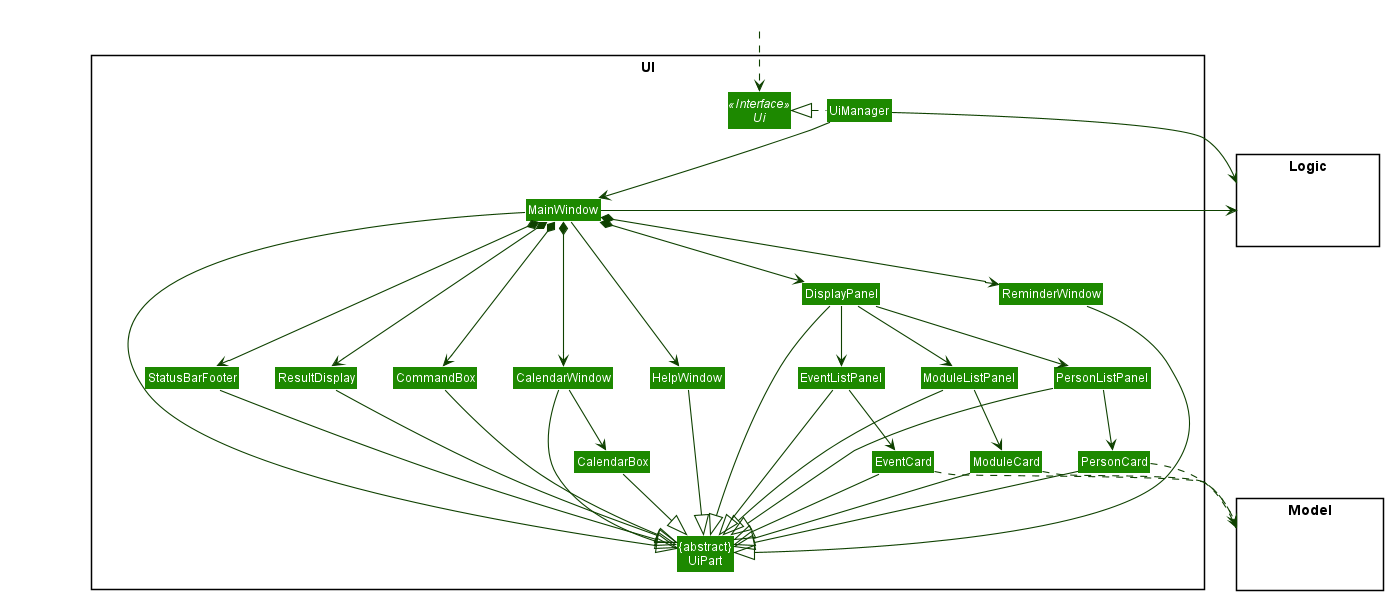
Before: docs/images/UiClassDiagram.png, a diagram exported from PlantUML (nus-cs2103-AY2021S2/tp).
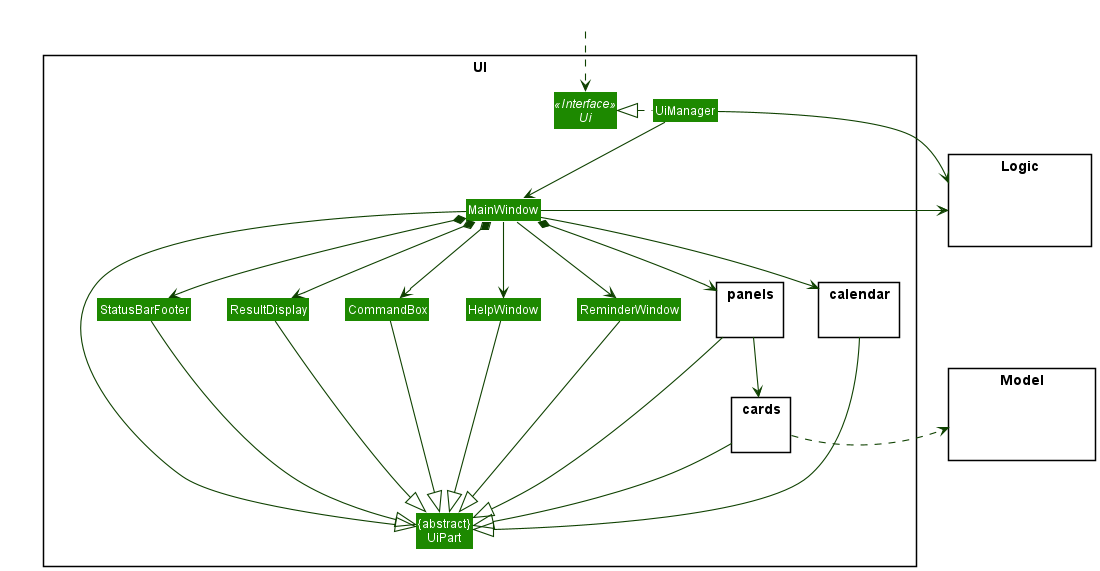
After the commit.

Commit message:
Update UI component class diagrams

What changed in the source:
```diff
@@ -11,19 +11,19 @@
 Class MainWindow
 Class HelpWindow
 Class ResultDisplay
-Class PersonListPanel
-Class PersonCard
 Class StatusBarFooter
 Class CommandBox
-Class CalendarWindow
-Class CalendarBox
-Class DisplayPanel
-Class EventListPanel
-Class EventCard
 Class ReminderWindow
-Class ModuleListPanel
-Class ModuleCard
+package panels {
 }
+package calendar{
+
+}
+
+package cards {
+}
+}
+
 
 package Model <<Rectangle>> {
 Class HiddenModel #FFFFFF
@@ -42,47 +42,40 @@
 MainWindow *-down-> CommandBox
 MainWindow *-down-> ResultDisplay
 MainWindow *-down-> StatusBarFooter
-MainWindow *-down-> DisplayPanel
-MainWindow *-down-> CalendarWindow
-MainWindow *-down-> ReminderWindow
+MainWindow *-down-> panels
+MainWindow -down-> calendar
+MainWindow --> ReminderWindow
 
 
-DisplayPanel -down-> ModuleListPanel
-DisplayPanel -down-> EventListPanel
-DisplayPanel -down-> PersonListPanel
-ModuleListPanel -down-> ModuleCard
-EventListPanel -down-> EventCard
-PersonListPanel -down-> PersonCard
-CalendarWindow -down-> CalendarBox
+panels --|> UiPart
+
+
 
 MainWindow -left-|> UiPart
 
 ResultDisplay --|> UiPart
 CommandBox --|> UiPart
-PersonListPanel --|> UiPart
-PersonCard --|> UiPart
+
 StatusBarFooter --|> UiPart
 ReminderWindow --|> UiPart
-CalendarBox --|> UiPart
-CalendarWindow --|> UiPart
-DisplayPanel --|> UiPart
-EventListPanel --|> UiPart
-EventCard --|> UiPart
-ModuleCard --|> UiPart
-ModuleListPanel --|> UiPart
+cards --|> UiPart
+calendar --|> UiPart
 
 HelpWindow -down-|> UiPart
 
-PersonCard ..> Model
-ModuleCard ..> Model
-EventCard ..> Model
+cards .left.> Model
 UiManager -right-> Logic
 MainWindow -left-> Logic
+panels -down-> cards
 
-PersonListPanel -[hidden]left- HelpWindow
 HelpWindow -[hidden]left- CommandBox
 CommandBox -[hidden]left- ResultDisplay
 ResultDisplay -[hidden]left- StatusBarFooter
+calendar -[hidden]left- cards
+calendar -[hidden]left- ReminderWindow
+MainWindow -[hidden]-|> UiPart
+ReminderWindow -[hidden]right- panels
+ReminderWindow -[hidden]right- calendar
+panels -[hidden]left- HelpWindow
 
-MainWindow -[hidden]-|> UiPart
 @enduml
```
